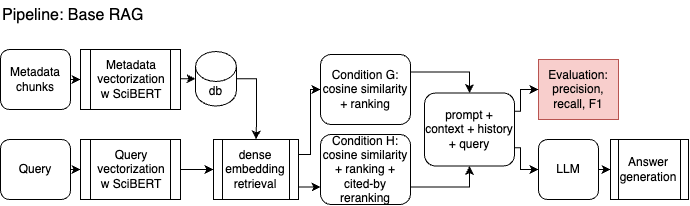
Earlier version of the draw.io export diagrams/part_3_basic_pipeline.png (poppy-nicolette/Dissertation). Source tidied: cells renumbered, new cells last; positions are measured from the earlier drawing's top-left corner, leaving out a move shared by most shapes.
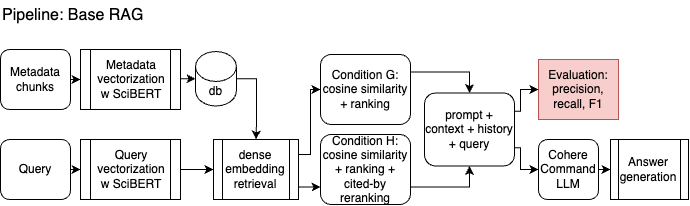
After the change.

Diff of the diagram source:
```diff
@@ -53,7 +53,7 @@
     <mxCell id="15" style="edgeStyle=orthogonalEdgeStyle;rounded=0;jettySize=auto;html=1;exitX=1;exitY=0.5;exitDx=0;exitDy=0;entryX=0;entryY=0.5;entryDx=0;entryDy=0;" parent="2" edge="1" source="16" target="17">
       <mxGeometry relative="1" as="geometry" />
     </mxCell>
-    <mxCell id="16" value="LLM" style="rounded=1;whiteSpace=wrap;html=1;" parent="2" vertex="1">
+    <mxCell id="16" value="Cohere Command&lt;div&gt;LLM&lt;/div&gt;" style="rounded=1;whiteSpace=wrap;html=1;" parent="2" vertex="1">
       <mxGeometry x="538" y="139" width="60" height="60" as="geometry" />
     </mxCell>
     <mxCell id="17" value="Answer generation" style="shape=process;whiteSpace=wrap;html=1;backgroundOutline=1;" parent="2" vertex="1">
```
